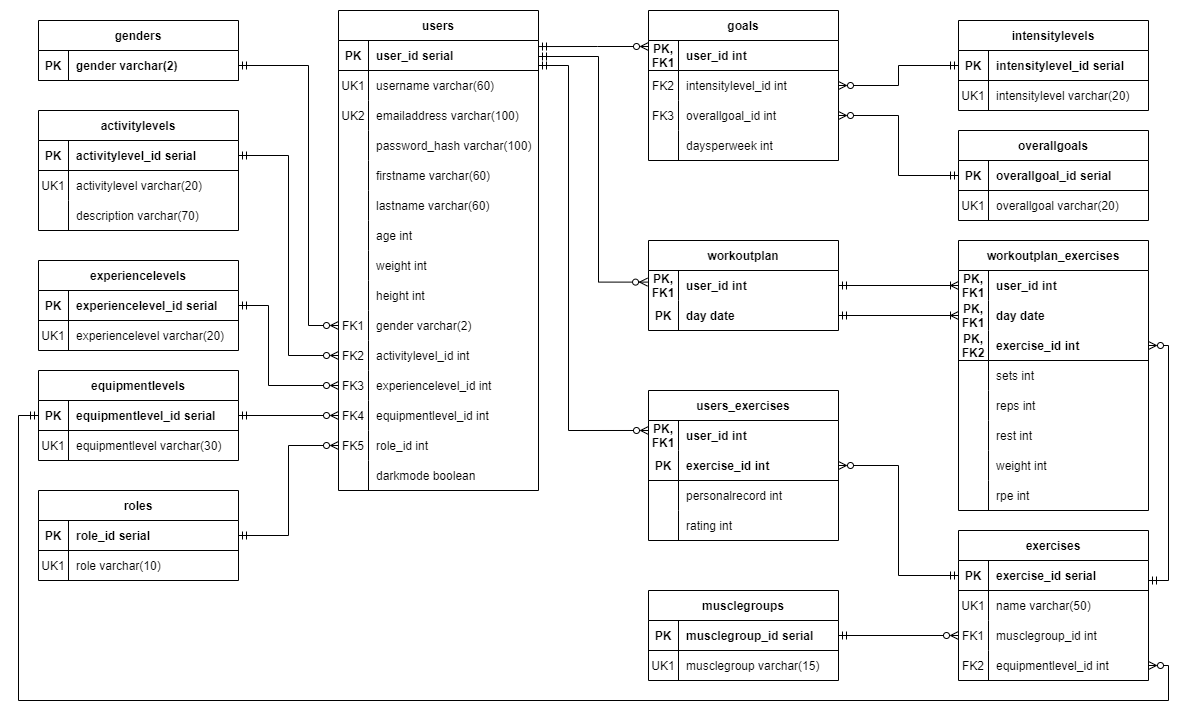
This is ER_diagram.png from deanpayne6/fitForgeBackEnd, a draw.io export, as it was before one commit. Source tidied: cells renumbered, new cells last; positions are measured from the earlier drawing's top-left corner, leaving out a move shared by most shapes.
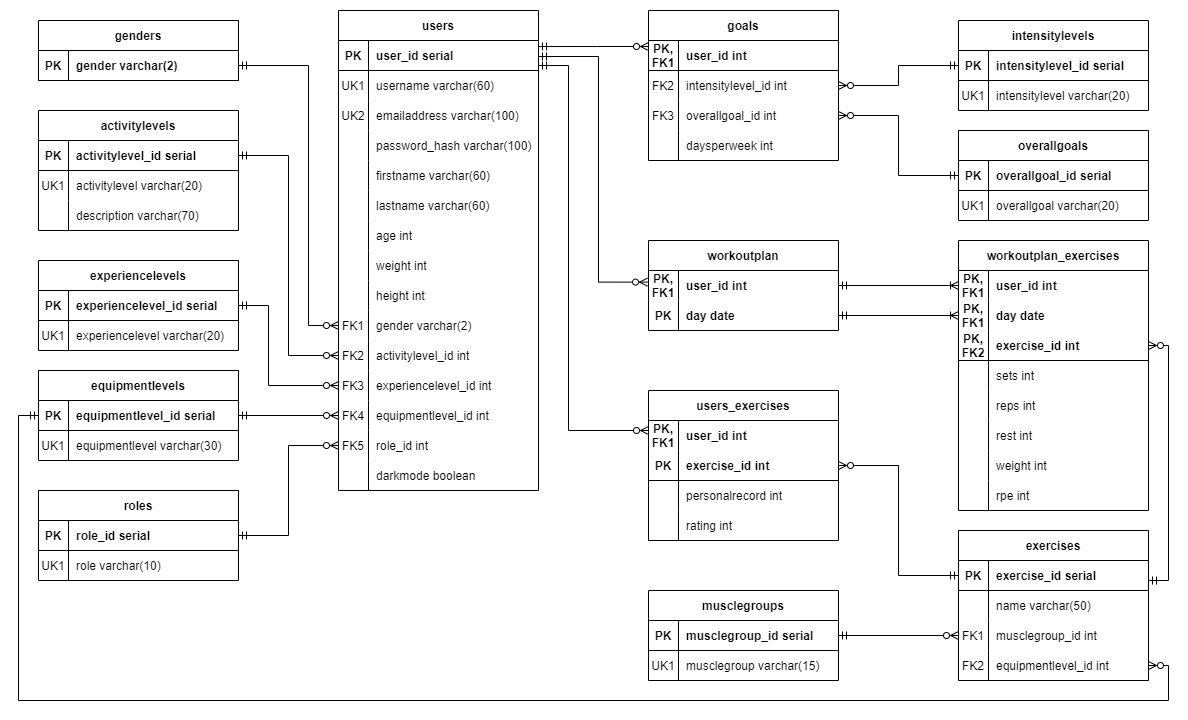
Above is the later version.

What changed in the source:
```diff
@@ -407,7 +407,7 @@
     <mxCell id="129" style="shape=tableRow;horizontal=0;startSize=0;swimlaneHead=0;swimlaneBody=0;fillColor=none;top=0;left=0;right=0;bottom=0;strokeColor=default;" parent="125" vertex="1">
       <mxGeometry y="60" width="190" height="30" as="geometry" />
     </mxCell>
-    <mxCell id="130" value="UK1" style="shape=partialRectangle;fillColor=none;top=0;left=0;bottom=0;right=0;overflow=hidden;strokeColor=default;" parent="129" vertex="1">
+    <mxCell id="130" style="shape=partialRectangle;fillColor=none;top=0;left=0;bottom=0;right=0;overflow=hidden;strokeColor=default;" parent="129" vertex="1">
       <mxGeometry width="30" height="30" as="geometry" />
     </mxCell>
     <mxCell id="131" value="name varchar(50)" style="shape=partialRectangle;fillColor=none;top=0;left=0;bottom=0;right=0;align=left;spacingLeft=6;overflow=hidden;strokeColor=default;" parent="129" vertex="1">
```
